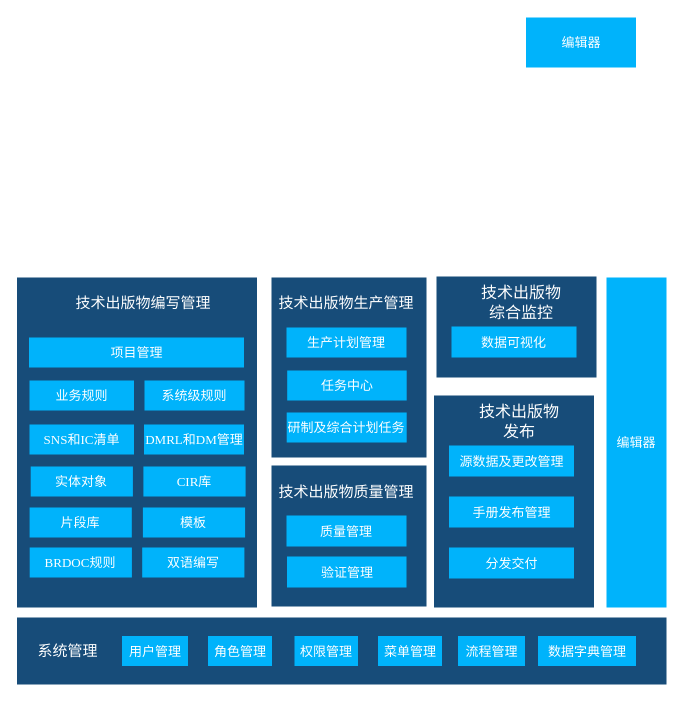
Above: csdb/CSDB 业务架构图.drawio in DemonHan/KuickBuy (draw.io), before the change. Source tidied: cells renumbered, new cells numbered last; positions are measured from the earlier drawing's top-left corner, leaving out a move shared by most shapes. Both pictures are drawn from the tidied source at 100%, with x=0, y=0 at pixel (16, 17).
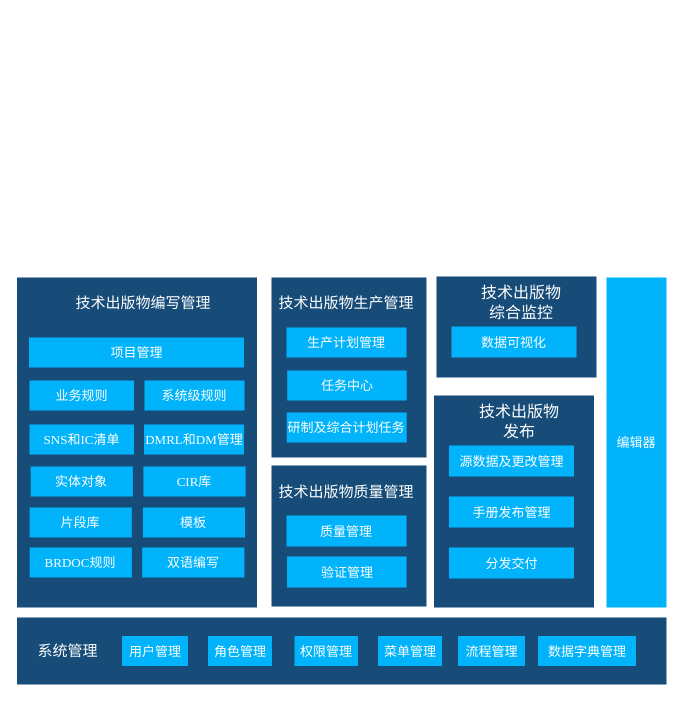
After the change.

Commit message:
更新CSDB 业务架构图.drawio

Diff of the diagram source:
```diff
@@
-    <mxCell id="25" value="&lt;font color=&quot;#ffffff&quot;&gt;&lt;span style=&quot;font-size: 13px;&quot;&gt;编辑器&lt;/span&gt;&lt;/font&gt;" style="rounded=0;whiteSpace=wrap;html=1;fillColor=light-dark(#00b3fb, #1e4a76);strokeColor=none;fontFamily=Times New Roman;" parent="1" vertex="1">
-      <mxGeometry x="509.5" width="110" height="50" as="geometry" />
-    </mxCell>
```
